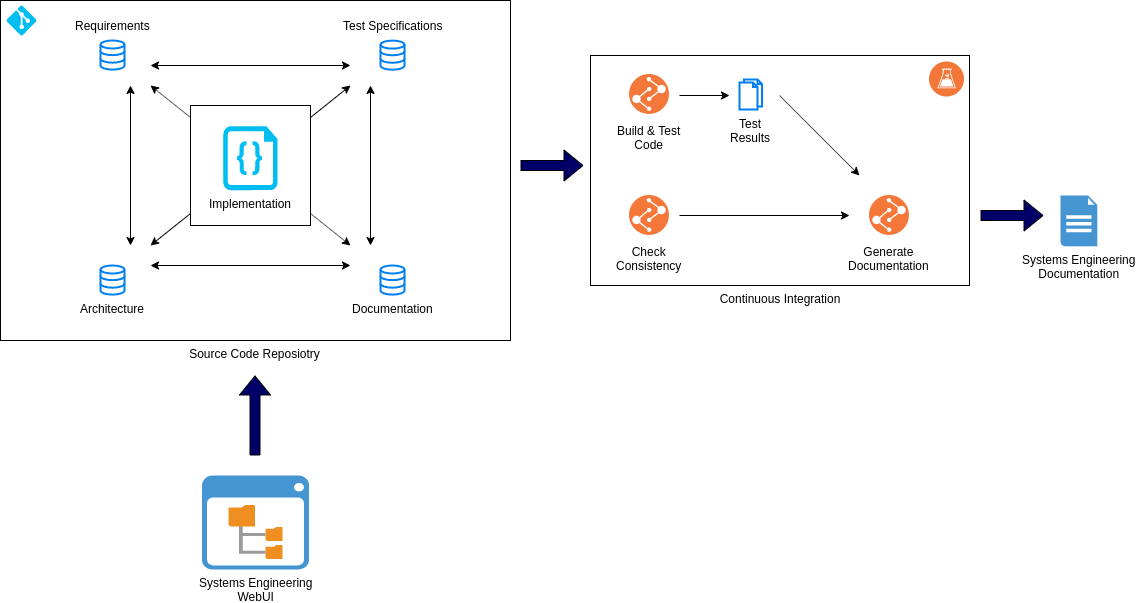
Earlier version of the draw.io export docs/images/overview.drawio.png (amhellmund/software-engineering-as-code). Source tidied: cells renumbered, new cells last; positions are measured from the earlier drawing's top-left corner, leaving out a move shared by most shapes. The source it was exported from:
```xml
<mxGraphModel>
  <root>
    <mxCell id="0" />
    <mxCell id="1" parent="0" />
    <mxCell id="2" style="shape=flexArrow;endArrow=classic;html=1;fontColor=#000000;labelBackgroundColor=#000066;fillColor=#000066;" parent="1" edge="1">
      <mxGeometry relative="1" as="geometry">
        <mxPoint x="520" y="165" as="sourcePoint" />
        <mxPoint x="583" y="165" as="targetPoint" />
      </mxGeometry>
    </mxCell>
    <mxCell id="3" value="Systems Engineering&lt;br&gt;Documentation" style="shadow=0;dashed=0;html=1;strokeColor=none;fillColor=#4495D1;labelPosition=center;verticalLabelPosition=bottom;verticalAlign=top;align=center;shape=mxgraph.veeam.2d.report;fontColor=#000000;" parent="1" vertex="1">
      <mxGeometry x="1060" y="195" width="36.8" height="50.8" as="geometry" />
    </mxCell>
    <mxCell id="4" style="group;" parent="1" vertex="1">
      <mxGeometry x="590" y="55" width="379" height="230" as="geometry" />
    </mxCell>
    <mxCell id="5" value="Continuous Integration" style="rounded=0;whiteSpace=wrap;html=1;labelPosition=center;verticalLabelPosition=bottom;align=center;verticalAlign=top;" parent="4" vertex="1">
      <mxGeometry width="379" height="230" as="geometry" />
    </mxCell>
    <mxCell id="6" style="perimeter=ellipsePerimeter;html=1;align=center;shadow=0;dashed=0;fontColor=#4277BB;labelBackgroundColor=#ffffff;fontSize=12;spacingTop=3;image;image=img/lib/ibm/devops/continuous_testing.svg;" parent="4" vertex="1">
      <mxGeometry x="339" y="6.5" width="35" height="35" as="geometry" />
    </mxCell>
    <mxCell id="7" value="Build &amp;amp; Test&lt;br&gt;Code" style="perimeter=ellipsePerimeter;html=1;align=center;shadow=0;dashed=0;fontColor=#000000;labelBackgroundColor=#ffffff;fontSize=12;spacingTop=3;image;image=img/lib/ibm/devops/build_test.svg;" parent="4" vertex="1">
      <mxGeometry x="39" y="19" width="40" height="40" as="geometry" />
    </mxCell>
    <mxCell id="8" value="Check&lt;br&gt;Consistency" style="perimeter=ellipsePerimeter;html=1;align=center;shadow=0;dashed=0;fontColor=#000000;labelBackgroundColor=#ffffff;fontSize=12;spacingTop=3;image;image=img/lib/ibm/devops/build_test.svg;" parent="4" vertex="1">
      <mxGeometry x="39" y="140" width="40" height="40" as="geometry" />
    </mxCell>
    <mxCell id="9" value="Generate&lt;br&gt;Documentation" style="perimeter=ellipsePerimeter;html=1;align=center;shadow=0;dashed=0;fontColor=#000000;labelBackgroundColor=#ffffff;fontSize=12;spacingTop=3;image;image=img/lib/ibm/devops/build_test.svg;" parent="4" vertex="1">
      <mxGeometry x="279" y="140" width="40" height="40" as="geometry" />
    </mxCell>
    <mxCell id="10" value="Test&lt;br&gt;Results" style="html=1;verticalLabelPosition=bottom;align=center;labelBackgroundColor=#ffffff;verticalAlign=top;strokeWidth=2;strokeColor=#0080F0;fillColor=#ffffff;shadow=0;dashed=0;shape=mxgraph.ios7.icons.documents;" parent="4" vertex="1">
      <mxGeometry x="149" y="24" width="22.5" height="30" as="geometry" />
    </mxCell>
    <mxCell id="11" style="endArrow=classic;html=1;labelBackgroundColor=#000066;fillColor=#000066;fontColor=#000000;" parent="4" edge="1">
      <mxGeometry relative="1" as="geometry">
        <mxPoint x="89" y="40" as="sourcePoint" />
        <mxPoint x="139" y="40" as="targetPoint" />
      </mxGeometry>
    </mxCell>
    <mxCell id="12" style="endArrow=classic;html=1;labelBackgroundColor=#000066;fillColor=#000066;fontColor=#000000;" parent="4" edge="1">
      <mxGeometry relative="1" as="geometry">
        <mxPoint x="89" y="160" as="sourcePoint" />
        <mxPoint x="259" y="160" as="targetPoint" />
      </mxGeometry>
    </mxCell>
    <mxCell id="13" style="endArrow=classic;html=1;labelBackgroundColor=#000066;fillColor=#000066;fontColor=#000000;" parent="4" edge="1">
      <mxGeometry relative="1" as="geometry">
        <mxPoint x="189" y="40" as="sourcePoint" />
        <mxPoint x="269" y="120" as="targetPoint" />
      </mxGeometry>
    </mxCell>
    <mxCell id="14" style="group;" parent="1" vertex="1">
      <mxGeometry width="510" height="340" as="geometry" />
    </mxCell>
    <mxCell id="15" value="Source Code Reposiotry" style="rounded=0;whiteSpace=wrap;html=1;verticalAlign=top;labelPosition=center;verticalLabelPosition=bottom;align=center;" parent="14" vertex="1">
      <mxGeometry width="510" height="340" as="geometry" />
    </mxCell>
    <mxCell id="16" style="verticalLabelPosition=bottom;html=1;verticalAlign=top;align=center;strokeColor=none;fillColor=#00BEF2;shape=mxgraph.azure.git_repository;" parent="14" vertex="1">
      <mxGeometry x="6" y="5" width="30" height="30" as="geometry" />
    </mxCell>
    <mxCell id="17" value="Requirements" style="html=1;verticalLabelPosition=top;align=center;labelBackgroundColor=#ffffff;verticalAlign=top;strokeWidth=2;strokeColor=#0080F0;fillColor=#ffffff;shadow=0;dashed=0;shape=mxgraph.ios7.icons.data;labelPosition=center;" parent="14" vertex="1">
      <mxGeometry x="100" y="40" width="24" height="29.1" as="geometry" />
    </mxCell>
    <mxCell id="18" value="Architecture" style="html=1;verticalLabelPosition=bottom;align=center;labelBackgroundColor=#ffffff;verticalAlign=top;strokeWidth=2;strokeColor=#0080F0;fillColor=#ffffff;shadow=0;dashed=0;shape=mxgraph.ios7.icons.data;" parent="14" vertex="1">
      <mxGeometry x="100" y="265" width="24" height="29.1" as="geometry" />
    </mxCell>
    <mxCell id="19" value="Test Specifications" style="html=1;verticalLabelPosition=top;align=center;labelBackgroundColor=#ffffff;verticalAlign=top;strokeWidth=2;strokeColor=#0080F0;fillColor=#ffffff;shadow=0;dashed=0;shape=mxgraph.ios7.icons.data;labelPosition=center;" parent="14" vertex="1">
      <mxGeometry x="380" y="40.1" width="24" height="29.1" as="geometry" />
    </mxCell>
    <mxCell id="20" value="Documentation" style="html=1;verticalLabelPosition=bottom;align=center;labelBackgroundColor=#ffffff;verticalAlign=top;strokeWidth=2;strokeColor=#0080F0;fillColor=#ffffff;shadow=0;dashed=0;shape=mxgraph.ios7.icons.data;" parent="14" vertex="1">
      <mxGeometry x="380" y="265" width="24" height="29.1" as="geometry" />
    </mxCell>
    <mxCell id="21" style="endArrow=classic;startArrow=classic;html=1;" parent="14" edge="1">
      <mxGeometry relative="1" as="geometry">
        <mxPoint x="150" y="245" as="sourcePoint" />
        <mxPoint x="350" y="85" as="targetPoint" />
      </mxGeometry>
    </mxCell>
    <mxCell id="22" style="endArrow=classic;startArrow=classic;html=1;" parent="14" edge="1">
      <mxGeometry relative="1" as="geometry">
        <mxPoint x="150" y="85" as="sourcePoint" />
        <mxPoint x="350" y="245" as="targetPoint" />
      </mxGeometry>
    </mxCell>
    <mxCell id="23" style="endArrow=classic;startArrow=classic;html=1;" parent="14" edge="1">
      <mxGeometry relative="1" as="geometry">
        <mxPoint x="150" y="265" as="sourcePoint" />
        <mxPoint x="350" y="265" as="targetPoint" />
      </mxGeometry>
    </mxCell>
    <mxCell id="24" style="endArrow=classic;startArrow=classic;html=1;" parent="14" edge="1">
      <mxGeometry relative="1" as="geometry">
        <mxPoint x="370" y="85" as="sourcePoint" />
        <mxPoint x="370" y="245" as="targetPoint" />
      </mxGeometry>
    </mxCell>
    <mxCell id="25" style="endArrow=classic;startArrow=classic;html=1;" parent="14" edge="1">
      <mxGeometry relative="1" as="geometry">
        <mxPoint x="350" y="65" as="sourcePoint" />
        <mxPoint x="150" y="65" as="targetPoint" />
      </mxGeometry>
    </mxCell>
    <mxCell id="26" style="endArrow=classic;startArrow=classic;html=1;" parent="14" edge="1">
      <mxGeometry relative="1" as="geometry">
        <mxPoint x="130" y="245" as="sourcePoint" />
        <mxPoint x="130" y="85" as="targetPoint" />
      </mxGeometry>
    </mxCell>
    <mxCell id="27" style="whiteSpace=wrap;html=1;" parent="14" vertex="1">
      <mxGeometry x="190" y="105" width="120" height="120" as="geometry" />
    </mxCell>
    <mxCell id="28" value="Implementation" style="verticalLabelPosition=bottom;html=1;verticalAlign=top;align=center;strokeColor=none;fillColor=#00BEF2;shape=mxgraph.azure.code_file;" parent="14" vertex="1">
      <mxGeometry x="222.8" y="125.8" width="54.4" height="63.9" as="geometry" />
    </mxCell>
    <mxCell id="29" style="shape=flexArrow;endArrow=classic;html=1;fontColor=#000000;labelBackgroundColor=#000066;fillColor=#000066;" parent="1" edge="1">
      <mxGeometry relative="1" as="geometry">
        <mxPoint x="980" y="215" as="sourcePoint" />
        <mxPoint x="1043" y="215" as="targetPoint" />
      </mxGeometry>
    </mxCell>
    <mxCell id="30" value="Systems Engineering&lt;br&gt;WebUI" style="shadow=0;dashed=0;html=1;strokeColor=none;fillColor=#4495D1;labelPosition=center;verticalLabelPosition=bottom;verticalAlign=top;align=center;shape=mxgraph.veeam.2d.file_system_browser;fontColor=#000000;" parent="1" vertex="1">
      <mxGeometry x="201.5" y="475" width="107" height="94" as="geometry" />
    </mxCell>
    <mxCell id="31" style="shape=flexArrow;endArrow=classic;html=1;fontColor=#000000;labelBackgroundColor=#000066;fillColor=#000066;" parent="1" edge="1">
      <mxGeometry relative="1" as="geometry">
        <mxPoint x="254.5" y="455" as="sourcePoint" />
        <mxPoint x="254.5" y="375" as="targetPoint" />
      </mxGeometry>
    </mxCell>
  </root>
</mxGraphModel>
```
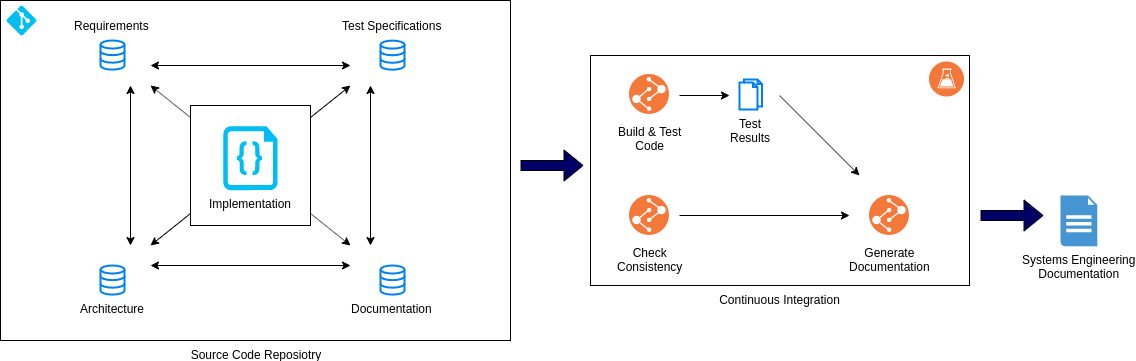
The same diagram one commit later.

Diff of the diagram source:
```diff
@@ -119,14 +119,5 @@
         <mxPoint x="1043" y="215" as="targetPoint" />
       </mxGeometry>
     </mxCell>
-    <mxCell id="30" value="Systems Engineering&lt;br&gt;WebUI" style="shadow=0;dashed=0;html=1;strokeColor=none;fillColor=#4495D1;labelPosition=center;verticalLabelPosition=bottom;verticalAlign=top;align=center;shape=mxgraph.veeam.2d.file_system_browser;fontColor=#000000;" parent="1" vertex="1">
-      <mxGeometry x="201.5" y="475" width="107" height="94" as="geometry" />
-    </mxCell>
-    <mxCell id="31" style="shape=flexArrow;endArrow=classic;html=1;fontColor=#000000;labelBackgroundColor=#000066;fillColor=#000066;" parent="1" edge="1">
-      <mxGeometry relative="1" as="geometry">
-        <mxPoint x="254.5" y="455" as="sourcePoint" />
-        <mxPoint x="254.5" y="375" as="targetPoint" />
-      </mxGeometry>
-    </mxCell>
   </root>
 </mxGraphModel>
```
